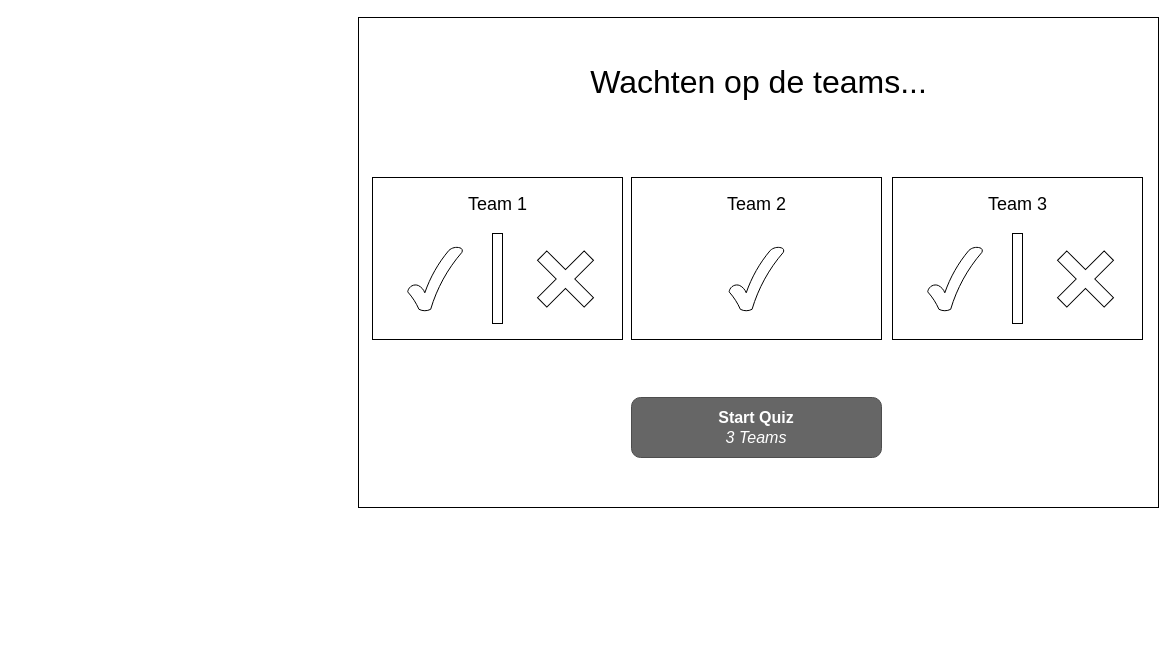
The draw.io diagram page "Master (applications)" (2 of 13) of wireframes.drawio in Patrickroelofs/HANICA-DWA-Quizzer, before the edit. Source tidied: cells renumbered, new cells numbered last; positions are measured from the earlier drawing's top-left corner, leaving out a move shared by most shapes. Both pictures are drawn from the tidied source at 100%, with x=0, y=0 at pixel (358, 17).
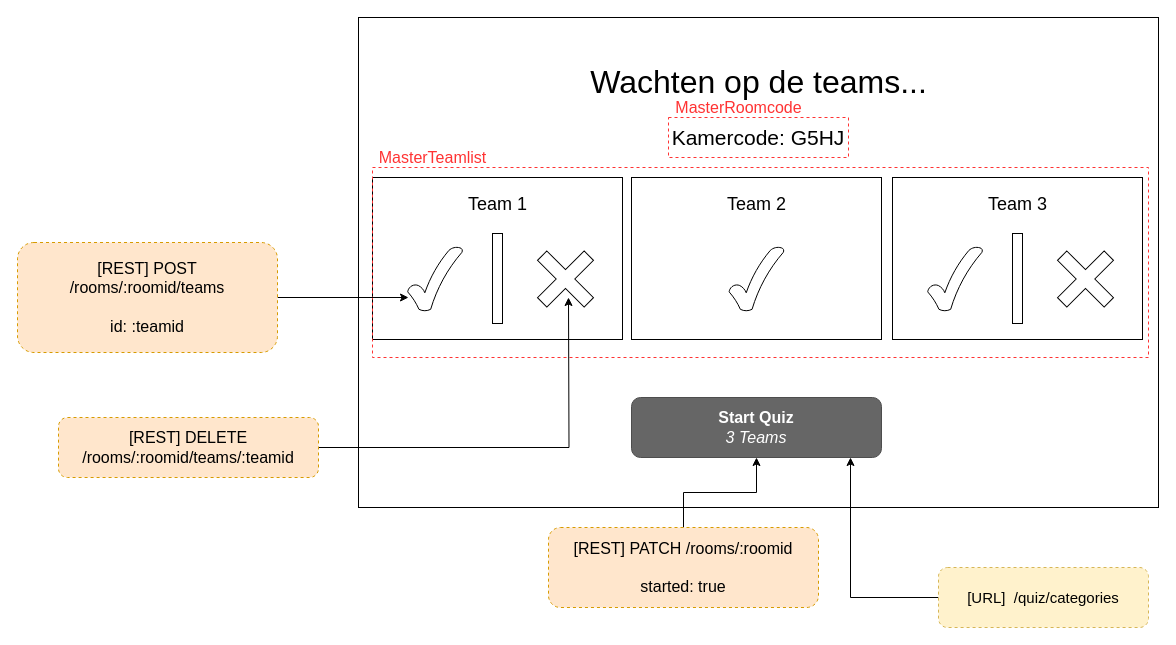
The same diagram, later.

The change refers to these unchanged cells:
```xml
<mxCell id="20" value="&lt;font style=&quot;font-size: 16px&quot;&gt;&lt;b&gt;Start Quiz&lt;/b&gt;&lt;br&gt;&lt;i&gt;3 Teams&lt;/i&gt;&lt;br&gt;&lt;/font&gt;" style="rounded=1;html=1;shadow=0;dashed=0;whiteSpace=wrap;fontSize=10;fillColor=#666666;align=center;strokeColor=#4D4D4D;fontColor=#ffffff;" parent="1" vertex="1">
  <mxGeometry x="273" y="380" width="250" height="60" as="geometry" />
</mxCell>
```

The edit, as a diff of the source:
```diff
@@
     <mxCell id="4" style="group;" parent="1" vertex="1">
-      <mxGeometry x="14" y="160" width="250" height="162" as="geometry" />
+      <mxGeometry x="14" y="160" width="280" height="180" as="geometry" />
     </mxCell>
@@
+    <mxCell id="21" value="Kamercode: G5HJ" style="text;html=1;strokeColor=none;fillColor=none;align=center;verticalAlign=middle;whiteSpace=wrap;rounded=0;fontSize=21;" parent="1" vertex="1">
+      <mxGeometry x="295" y="110" width="210" height="20" as="geometry" />
+    </mxCell>
+    <mxCell id="22" value="MasterTeamlist" style="text;html=1;align=center;verticalAlign=middle;fillColor=none;strokeColor=none;rounded=0;dashed=1;labelBackgroundColor=none;fontSize=16;fontColor=#FF3333;" parent="1" vertex="1">
+      <mxGeometry x="14" y="130" width="120" height="20" as="geometry" />
+    </mxCell>
+    <mxCell id="23" style="rounded=0;whiteSpace=wrap;html=1;dashed=1;labelBackgroundColor=none;strokeColor=#FF3333;fillColor=none;fontSize=16;fontColor=#FF3333;" parent="1" vertex="1">
+      <mxGeometry x="14" y="150" width="776" height="190" as="geometry" />
+    </mxCell>
+    <mxCell id="24" style="edgeStyle=orthogonalEdgeStyle;rounded=0;jettySize=auto;html=1;fontSize=16;fontColor=#FF3333;" parent="1" edge="1" source="25">
+      <mxGeometry relative="1" as="geometry">
+        <mxPoint x="50" y="280" as="targetPoint" />
+      </mxGeometry>
+    </mxCell>
+    <mxCell id="25" value="[REST] POST /rooms/:roomid/teams&lt;br&gt;&lt;br&gt;id: :teamid" style="rounded=1;whiteSpace=wrap;html=1;dashed=1;labelBackgroundColor=none;strokeColor=#d79b00;fillColor=#ffe6cc;fontSize=16;align=center;perimeterSpacing=0;" parent="1" vertex="1">
+      <mxGeometry x="-341" y="225" width="260" height="110" as="geometry" />
+    </mxCell>
+    <mxCell id="26" style="edgeStyle=orthogonalEdgeStyle;rounded=0;jettySize=auto;html=1;fontSize=16;fontColor=#FF3333;" parent="1" edge="1" source="27">
+      <mxGeometry relative="1" as="geometry">
+        <mxPoint x="210" y="280" as="targetPoint" />
+      </mxGeometry>
+    </mxCell>
+    <mxCell id="27" value="[REST] DELETE /rooms/:roomid/teams/:teamid" style="rounded=1;whiteSpace=wrap;html=1;dashed=1;labelBackgroundColor=none;strokeColor=#d79b00;fillColor=#ffe6cc;fontSize=16;" parent="1" vertex="1">
+      <mxGeometry x="-300" y="400" width="260" height="60" as="geometry" />
+    </mxCell>
+    <mxCell id="28" style="edgeStyle=orthogonalEdgeStyle;rounded=0;jettySize=auto;html=1;entryX=0.5;entryY=1;entryDx=0;entryDy=0;fontSize=16;fontColor=#FF3333;" parent="1" edge="1" source="29" target="20">
+      <mxGeometry relative="1" as="geometry" />
+    </mxCell>
+    <mxCell id="29" value="[REST] PATCH /rooms/:roomid&lt;br&gt;&lt;br&gt;started: true" style="rounded=1;whiteSpace=wrap;html=1;dashed=1;labelBackgroundColor=none;strokeColor=#d79b00;fillColor=#ffe6cc;fontSize=16;align=center;" parent="1" vertex="1">
+      <mxGeometry x="190" y="510" width="270" height="80" as="geometry" />
+    </mxCell>
+    <mxCell id="30" style="edgeStyle=orthogonalEdgeStyle;rounded=0;jettySize=auto;html=1;entryX=0.876;entryY=1;entryDx=0;entryDy=0;entryPerimeter=0;fontSize=16;fontColor=#FF3333;" parent="1" edge="1" source="31" target="20">
+      <mxGeometry relative="1" as="geometry" />
+    </mxCell>
+    <mxCell id="31" value="&lt;span style=&quot;font-size: 15px&quot;&gt;[URL]&amp;nbsp; /quiz/categories&lt;/span&gt;" style="rounded=1;whiteSpace=wrap;html=1;dashed=1;labelBackgroundColor=none;strokeColor=#d6b656;fillColor=#fff2cc;fontSize=16;align=center;" parent="1" vertex="1">
+      <mxGeometry x="580" y="550" width="210" height="60" as="geometry" />
+    </mxCell>
+    <mxCell id="32" style="rounded=0;whiteSpace=wrap;html=1;dashed=1;labelBackgroundColor=none;strokeColor=#FF3333;fillColor=none;fontSize=16;fontColor=#FF3333;align=center;" parent="1" vertex="1">
+      <mxGeometry x="310" y="100" width="180" height="40" as="geometry" />
+    </mxCell>
+    <mxCell id="33" value="MasterRoomcode" style="text;html=1;align=center;verticalAlign=middle;fillColor=none;strokeColor=none;rounded=0;dashed=1;labelBackgroundColor=none;fontSize=16;fontColor=#FF3333;" parent="1" vertex="1">
+      <mxGeometry x="310" y="80" width="140" height="20" as="geometry" />
+    </mxCell>
```
